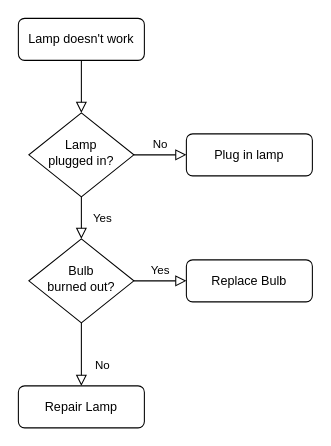
anncannbann/dsalgo24 keeps this draw.io diagram as 100 days/hangman.drawio. Above is the earlier version. Source tidied: cells renumbered, new cells numbered last; positions are measured from the earlier drawing's top-left corner, leaving out a move shared by most shapes. Both pictures are drawn from the tidied source at 105%, with x=0, y=0 at pixel (18, 18).
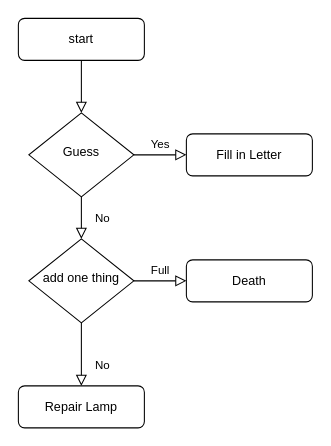
After the change.

Change to the diagram source:
```diff
@@
 <mxGraphModel>
   <root>
     <mxCell id="0" />
     <mxCell id="1" parent="0" />
     <mxCell id="2" style="rounded=0;html=1;jettySize=auto;fontSize=11;endArrow=block;endFill=0;endSize=8;strokeWidth=1;shadow=0;labelBackgroundColor=none;edgeStyle=orthogonalEdgeStyle;" parent="1" edge="1" source="3" target="6">
       <mxGeometry relative="1" as="geometry" />
     </mxCell>
-    <mxCell id="3" value="Lamp doesn't work" style="rounded=1;whiteSpace=wrap;html=1;fontSize=12;glass=0;strokeWidth=1;shadow=0;" parent="1" vertex="1">
+    <mxCell id="3" value="start" style="rounded=1;whiteSpace=wrap;html=1;fontSize=12;glass=0;strokeWidth=1;shadow=0;" parent="1" vertex="1">
       <mxGeometry width="120" height="40" as="geometry" />
     </mxCell>
-    <mxCell id="4" value="Yes" style="rounded=0;html=1;jettySize=auto;fontSize=11;endArrow=block;endFill=0;endSize=8;strokeWidth=1;shadow=0;labelBackgroundColor=none;edgeStyle=orthogonalEdgeStyle;" parent="1" edge="1" source="6" target="10">
+    <mxCell id="4" value="No" style="rounded=0;html=1;jettySize=auto;fontSize=11;endArrow=block;endFill=0;endSize=8;strokeWidth=1;shadow=0;labelBackgroundColor=none;edgeStyle=orthogonalEdgeStyle;" parent="1" edge="1" source="6" target="10">
       <mxGeometry y="20" relative="1" as="geometry" />
     </mxCell>
-    <mxCell id="5" value="No" style="edgeStyle=orthogonalEdgeStyle;rounded=0;html=1;jettySize=auto;fontSize=11;endArrow=block;endFill=0;endSize=8;strokeWidth=1;shadow=0;labelBackgroundColor=none;" parent="1" edge="1" source="6" target="7">
+    <mxCell id="5" value="Yes" style="edgeStyle=orthogonalEdgeStyle;rounded=0;html=1;jettySize=auto;fontSize=11;endArrow=block;endFill=0;endSize=8;strokeWidth=1;shadow=0;labelBackgroundColor=none;" parent="1" edge="1" source="6" target="7">
       <mxGeometry y="10" relative="1" as="geometry" />
     </mxCell>
-    <mxCell id="6" value="Lamp&lt;br&gt;plugged in?" style="rhombus;whiteSpace=wrap;html=1;shadow=0;fontFamily=Helvetica;fontSize=12;align=center;strokeWidth=1;spacing=6;spacingTop=-4;" parent="1" vertex="1">
+    <mxCell id="6" value="Guess" style="rhombus;whiteSpace=wrap;html=1;shadow=0;fontFamily=Helvetica;fontSize=12;align=center;strokeWidth=1;spacing=6;spacingTop=-4;" parent="1" vertex="1">
       <mxGeometry x="10" y="90" width="100" height="80" as="geometry" />
     </mxCell>
-    <mxCell id="7" value="Plug in lamp" style="rounded=1;whiteSpace=wrap;html=1;fontSize=12;glass=0;strokeWidth=1;shadow=0;" parent="1" vertex="1">
+    <mxCell id="7" value="Fill in Letter" style="rounded=1;whiteSpace=wrap;html=1;fontSize=12;glass=0;strokeWidth=1;shadow=0;" parent="1" vertex="1">
       <mxGeometry x="160" y="110" width="120" height="40" as="geometry" />
     </mxCell>
     <mxCell id="8" value="No" style="rounded=0;html=1;jettySize=auto;fontSize=11;endArrow=block;endFill=0;endSize=8;strokeWidth=1;shadow=0;labelBackgroundColor=none;edgeStyle=orthogonalEdgeStyle;" parent="1" edge="1" source="10" target="11">
       <mxGeometry x="0.33" y="20" relative="1" as="geometry" />
     </mxCell>
-    <mxCell id="9" value="Yes" style="edgeStyle=orthogonalEdgeStyle;rounded=0;html=1;jettySize=auto;fontSize=11;endArrow=block;endFill=0;endSize=8;strokeWidth=1;shadow=0;labelBackgroundColor=none;" parent="1" edge="1" source="10" target="12">
+    <mxCell id="9" value="Full" style="edgeStyle=orthogonalEdgeStyle;rounded=0;html=1;jettySize=auto;fontSize=11;endArrow=block;endFill=0;endSize=8;strokeWidth=1;shadow=0;labelBackgroundColor=none;" parent="1" edge="1" source="10" target="12">
       <mxGeometry y="10" relative="1" as="geometry" />
     </mxCell>
-    <mxCell id="10" value="Bulb&lt;br&gt;burned out?" style="rhombus;whiteSpace=wrap;html=1;shadow=0;fontFamily=Helvetica;fontSize=12;align=center;strokeWidth=1;spacing=6;spacingTop=-4;" parent="1" vertex="1">
+    <mxCell id="10" value="add one thing" style="rhombus;whiteSpace=wrap;html=1;shadow=0;fontFamily=Helvetica;fontSize=12;align=center;strokeWidth=1;spacing=6;spacingTop=-4;" parent="1" vertex="1">
       <mxGeometry x="10" y="210" width="100" height="80" as="geometry" />
     </mxCell>
     <mxCell id="11" value="Repair Lamp" style="rounded=1;whiteSpace=wrap;html=1;fontSize=12;glass=0;strokeWidth=1;shadow=0;" parent="1" vertex="1">
       <mxGeometry y="350" width="120" height="40" as="geometry" />
     </mxCell>
-    <mxCell id="12" value="Replace Bulb" style="rounded=1;whiteSpace=wrap;html=1;fontSize=12;glass=0;strokeWidth=1;shadow=0;" parent="1" vertex="1">
+    <mxCell id="12" value="Death" style="rounded=1;whiteSpace=wrap;html=1;fontSize=12;glass=0;strokeWidth=1;shadow=0;" parent="1" vertex="1">
       <mxGeometry x="160" y="230" width="120" height="40" as="geometry" />
     </mxCell>
   </root>
 </mxGraphModel>
```
